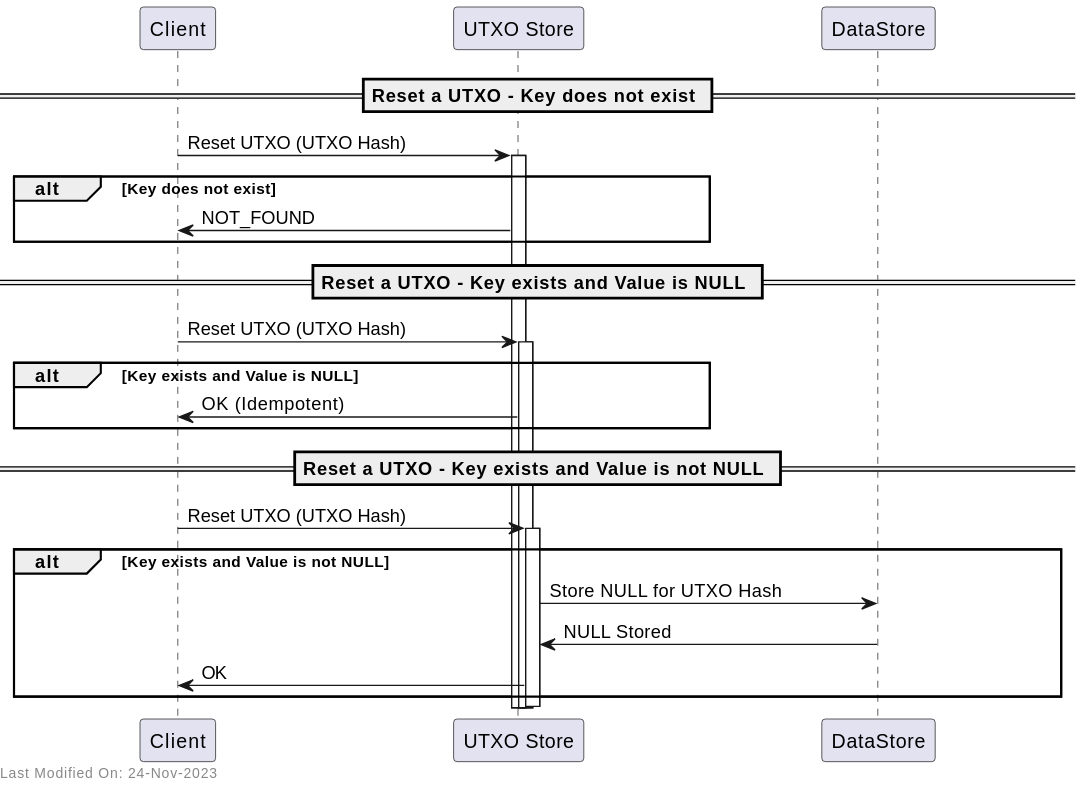
The PlantUML diagram docs/services/img/plantuml/utxo/utxo_unspend_process.svg in freemans13/teranode, before a commit. Its source is kept beside it as docs/services/img/plantuml/utxo/utxo_unspend_process.puml.
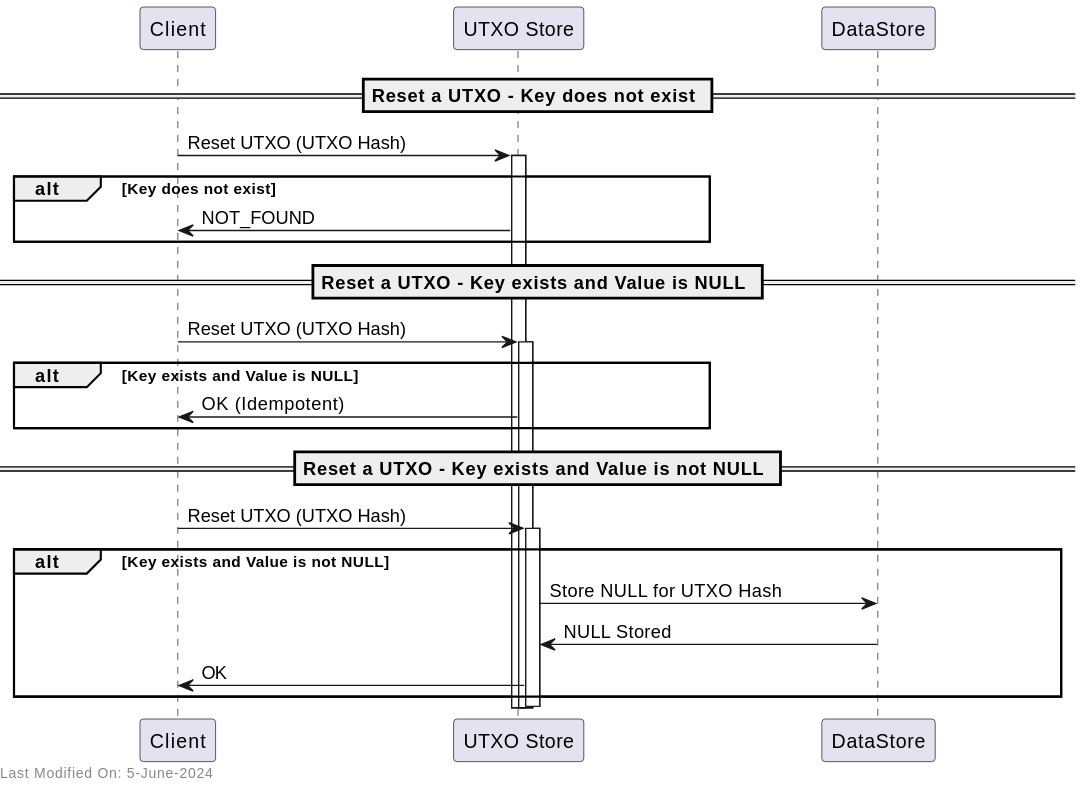
The same file after the commit.

Change to the diagram source:
```diff
@@ -36,6 +36,6 @@
 
 deactivate Store
 
-left footer Last Modified On: 24-Nov-2023
+left footer Last Modified On: 5-June-2024
 
 @enduml
```
